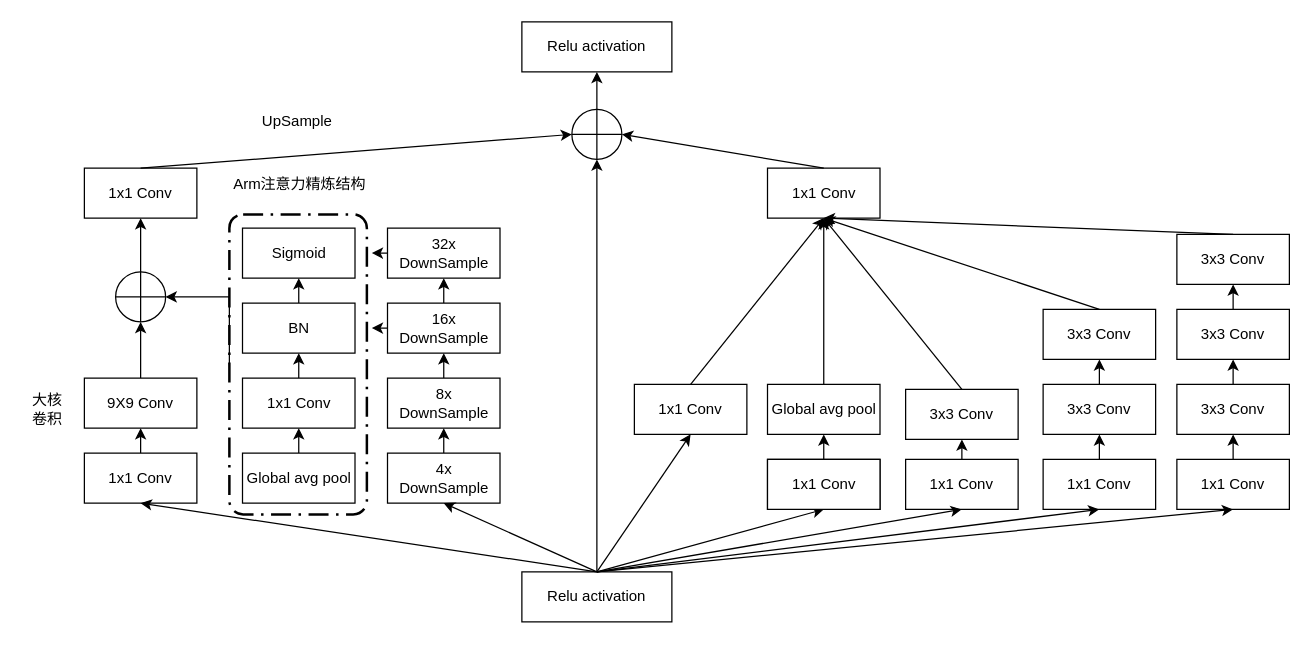
This is page "第 3 页" (3 of 4) of img/Untitled Diagram.drawio from Wangtab/Wangtab.github.io, a draw.io file, before an edit. Source tidied: cells renumbered, new cells numbered last; positions are measured from the earlier drawing's top-left corner, leaving out a move shared by most shapes. Both pictures are drawn from the tidied source at 125%, with x=0, y=0 at pixel (21, 21).
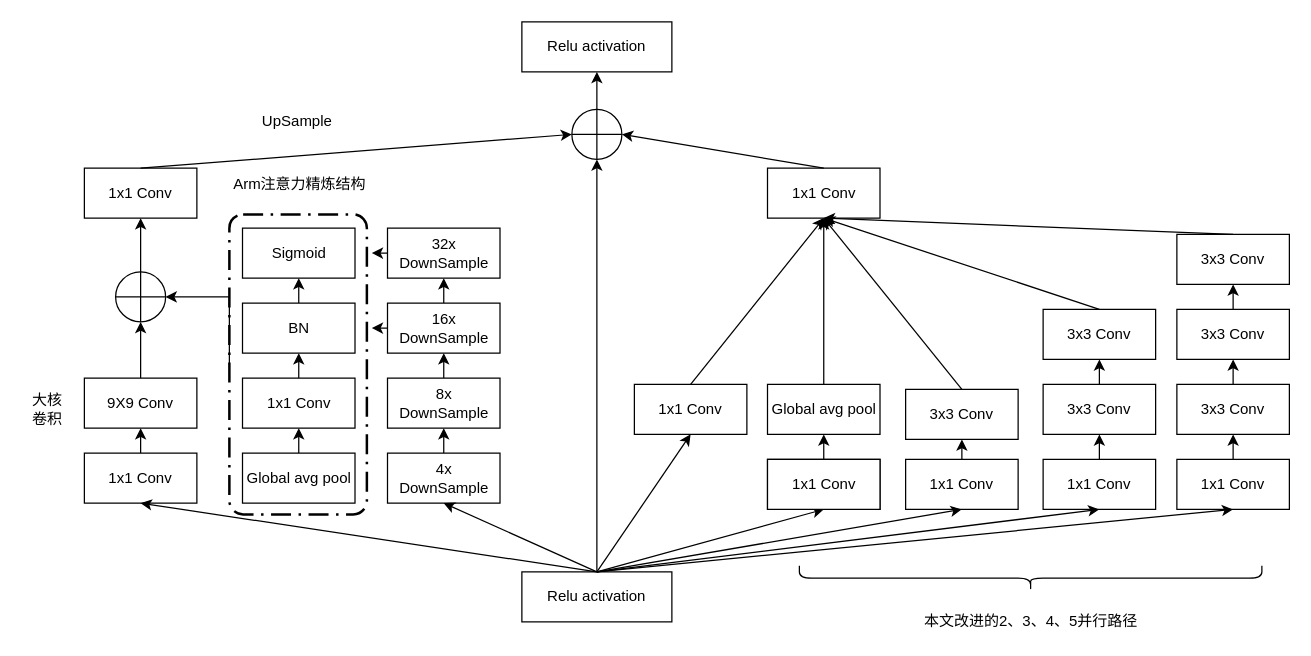
The same diagram, later.

Change to the diagram source:
```diff
@@
+    <mxCell id="70" style="shape=curlyBracket;whiteSpace=wrap;html=1;rounded=1;rotation=-90;" parent="1" vertex="1">
+      <mxGeometry x="797" y="260" width="20" height="370" as="geometry" />
+    </mxCell>
+    <mxCell id="71" value="本文改进的2、3、4、5并行路径" style="text;html=1;align=center;verticalAlign=middle;" parent="1" vertex="1">
+      <mxGeometry x="712" y="470" width="190" height="20" as="geometry" />
+    </mxCell>
```
